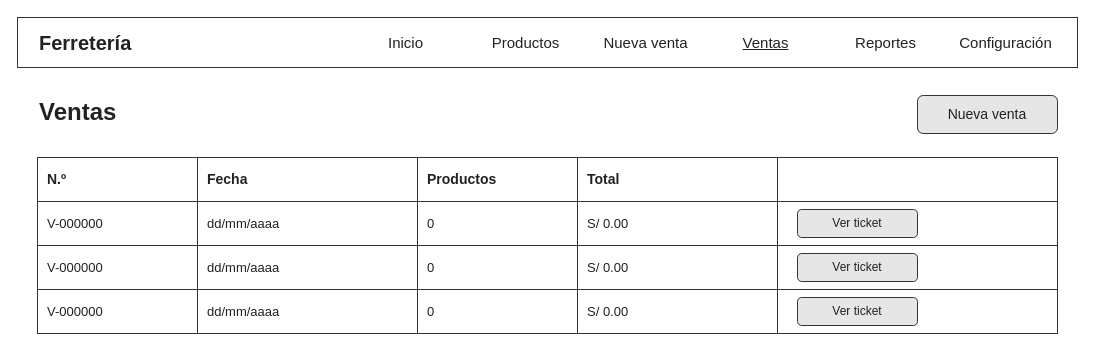
Above: page "Ventas (computadora)" (6 of 17) of docs/bocetos/ferreteria-bocetos.drawio in oropezadev-wq/ferreteria-ventas (draw.io), before the change. Source tidied: cells renumbered, new cells numbered last; positions are measured from the earlier drawing's top-left corner, leaving out a move shared by most shapes. Both pictures are drawn from the tidied source at 100%, with x=0, y=0 at pixel (17, 17).
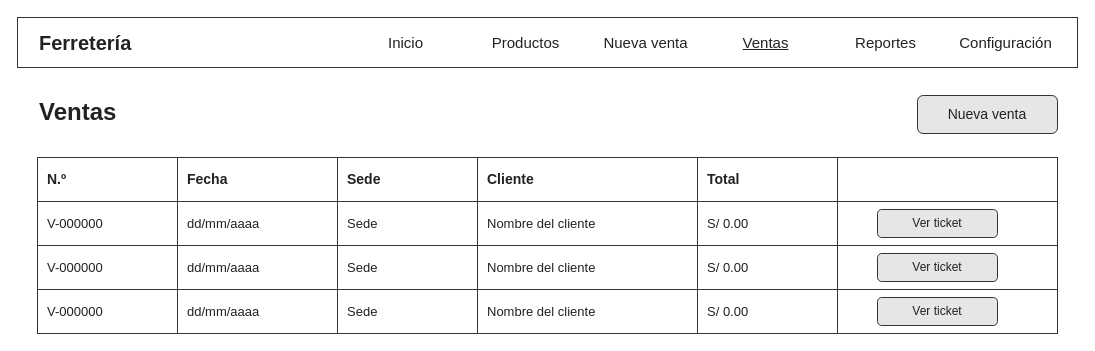
The same diagram, later.

What changed in the source:
```diff
@@
     <mxCell id="12" value="&lt;b&gt;N.º&lt;/b&gt;" style="rounded=0;whiteSpace=wrap;html=1;fillColor=none;fontFamily=Helvetica;fontColor=#222222;strokeColor=#333333;align=left;spacingLeft=8;fontSize=14;" parent="1" vertex="1">
-      <mxGeometry x="20" y="140" width="160" height="44" as="geometry" />
+      <mxGeometry x="20" y="140" width="140" height="44" as="geometry" />
     </mxCell>
     <mxCell id="13" value="&lt;b&gt;Fecha&lt;/b&gt;" style="rounded=0;whiteSpace=wrap;html=1;fillColor=none;fontFamily=Helvetica;fontColor=#222222;strokeColor=#333333;align=left;spacingLeft=8;fontSize=14;" parent="1" vertex="1">
-      <mxGeometry x="180" y="140" width="220" height="44" as="geometry" />
+      <mxGeometry x="160" y="140" width="160" height="44" as="geometry" />
     </mxCell>
-    <mxCell id="14" value="&lt;b&gt;Productos&lt;/b&gt;" style="rounded=0;whiteSpace=wrap;html=1;fillColor=none;fontFamily=Helvetica;fontColor=#222222;strokeColor=#333333;align=left;spacingLeft=8;fontSize=14;" parent="1" vertex="1">
-      <mxGeometry x="400" y="140" width="160" height="44" as="geometry" />
+    <mxCell id="14" value="&lt;b&gt;Sede&lt;/b&gt;" style="rounded=0;whiteSpace=wrap;html=1;fillColor=none;fontFamily=Helvetica;fontColor=#222222;strokeColor=#333333;align=left;spacingLeft=8;fontSize=14;" parent="1" vertex="1">
+      <mxGeometry x="320" y="140" width="140" height="44" as="geometry" />
     </mxCell>
-    <mxCell id="15" value="&lt;b&gt;Total&lt;/b&gt;" style="rounded=0;whiteSpace=wrap;html=1;fillColor=none;fontFamily=Helvetica;fontColor=#222222;strokeColor=#333333;align=left;spacingLeft=8;fontSize=14;" parent="1" vertex="1">
-      <mxGeometry x="560" y="140" width="200" height="44" as="geometry" />
+    <mxCell id="15" value="&lt;b&gt;Cliente&lt;/b&gt;" style="rounded=0;whiteSpace=wrap;html=1;fillColor=none;fontFamily=Helvetica;fontColor=#222222;strokeColor=#333333;align=left;spacingLeft=8;fontSize=14;" parent="1" vertex="1">
+      <mxGeometry x="460" y="140" width="220" height="44" as="geometry" />
     </mxCell>
-    <mxCell id="16" value="&lt;b&gt;&lt;/b&gt;" style="rounded=0;whiteSpace=wrap;html=1;fillColor=none;fontFamily=Helvetica;fontColor=#222222;strokeColor=#333333;align=left;spacingLeft=8;fontSize=14;" parent="1" vertex="1">
-      <mxGeometry x="760" y="140" width="280" height="44" as="geometry" />
+    <mxCell id="16" value="&lt;b&gt;Total&lt;/b&gt;" style="rounded=0;whiteSpace=wrap;html=1;fillColor=none;fontFamily=Helvetica;fontColor=#222222;strokeColor=#333333;align=left;spacingLeft=8;fontSize=14;" parent="1" vertex="1">
+      <mxGeometry x="680" y="140" width="140" height="44" as="geometry" />
     </mxCell>
-    <mxCell id="17" value="V-000000" style="rounded=0;whiteSpace=wrap;html=1;fillColor=none;fontFamily=Helvetica;fontColor=#222222;strokeColor=#333333;align=left;spacingLeft=8;fontSize=13;" parent="1" vertex="1">
-      <mxGeometry x="20" y="184" width="160" height="44" as="geometry" />
+    <mxCell id="17" value="&lt;b&gt;&lt;/b&gt;" style="rounded=0;whiteSpace=wrap;html=1;fillColor=none;fontFamily=Helvetica;fontColor=#222222;strokeColor=#333333;align=left;spacingLeft=8;fontSize=14;" parent="1" vertex="1">
+      <mxGeometry x="820" y="140" width="220" height="44" as="geometry" />
     </mxCell>
-    <mxCell id="18" value="dd/mm/aaaa" style="rounded=0;whiteSpace=wrap;html=1;fillColor=none;fontFamily=Helvetica;fontColor=#222222;strokeColor=#333333;align=left;spacingLeft=8;fontSize=13;" parent="1" vertex="1">
-      <mxGeometry x="180" y="184" width="220" height="44" as="geometry" />
+    <mxCell id="18" value="V-000000" style="rounded=0;whiteSpace=wrap;html=1;fillColor=none;fontFamily=Helvetica;fontColor=#222222;strokeColor=#333333;align=left;spacingLeft=8;fontSize=13;" parent="1" vertex="1">
+      <mxGeometry x="20" y="184" width="140" height="44" as="geometry" />
     </mxCell>
-    <mxCell id="19" value="0" style="rounded=0;whiteSpace=wrap;html=1;fillColor=none;fontFamily=Helvetica;fontColor=#222222;strokeColor=#333333;align=left;spacingLeft=8;fontSize=13;" parent="1" vertex="1">
-      <mxGeometry x="400" y="184" width="160" height="44" as="geometry" />
+    <mxCell id="19" value="dd/mm/aaaa" style="rounded=0;whiteSpace=wrap;html=1;fillColor=none;fontFamily=Helvetica;fontColor=#222222;strokeColor=#333333;align=left;spacingLeft=8;fontSize=13;" parent="1" vertex="1">
+      <mxGeometry x="160" y="184" width="160" height="44" as="geometry" />
     </mxCell>
-    <mxCell id="20" value="S/ 0.00" style="rounded=0;whiteSpace=wrap;html=1;fillColor=none;fontFamily=Helvetica;fontColor=#222222;strokeColor=#333333;align=left;spacingLeft=8;fontSize=13;" parent="1" vertex="1">
-      <mxGeometry x="560" y="184" width="200" height="44" as="geometry" />
+    <mxCell id="20" value="Sede" style="rounded=0;whiteSpace=wrap;html=1;fillColor=none;fontFamily=Helvetica;fontColor=#222222;strokeColor=#333333;align=left;spacingLeft=8;fontSize=13;" parent="1" vertex="1">
+      <mxGeometry x="320" y="184" width="140" height="44" as="geometry" />
     </mxCell>
-    <mxCell id="21" style="rounded=0;whiteSpace=wrap;html=1;fillColor=none;fontFamily=Helvetica;fontColor=#222222;strokeColor=#333333;align=left;spacingLeft=8;fontSize=13;" parent="1" vertex="1">
-      <mxGeometry x="760" y="184" width="280" height="44" as="geometry" />
+    <mxCell id="21" value="Nombre del cliente" style="rounded=0;whiteSpace=wrap;html=1;fillColor=none;fontFamily=Helvetica;fontColor=#222222;strokeColor=#333333;align=left;spacingLeft=8;fontSize=13;" parent="1" vertex="1">
+      <mxGeometry x="460" y="184" width="220" height="44" as="geometry" />
     </mxCell>
-    <mxCell id="22" value="V-000000" style="rounded=0;whiteSpace=wrap;html=1;fillColor=none;fontFamily=Helvetica;fontColor=#222222;strokeColor=#333333;align=left;spacingLeft=8;fontSize=13;" parent="1" vertex="1">
-      <mxGeometry x="20" y="228" width="160" height="44" as="geometry" />
+    <mxCell id="22" value="S/ 0.00" style="rounded=0;whiteSpace=wrap;html=1;fillColor=none;fontFamily=Helvetica;fontColor=#222222;strokeColor=#333333;align=left;spacingLeft=8;fontSize=13;" parent="1" vertex="1">
+      <mxGeometry x="680" y="184" width="140" height="44" as="geometry" />
     </mxCell>
-    <mxCell id="23" value="dd/mm/aaaa" style="rounded=0;whiteSpace=wrap;html=1;fillColor=none;fontFamily=Helvetica;fontColor=#222222;strokeColor=#333333;align=left;spacingLeft=8;fontSize=13;" parent="1" vertex="1">
-      <mxGeometry x="180" y="228" width="220" height="44" as="geometry" />
+    <mxCell id="23" style="rounded=0;whiteSpace=wrap;html=1;fillColor=none;fontFamily=Helvetica;fontColor=#222222;strokeColor=#333333;align=left;spacingLeft=8;fontSize=13;" parent="1" vertex="1">
+      <mxGeometry x="820" y="184" width="220" height="44" as="geometry" />
     </mxCell>
-    <mxCell id="24" value="0" style="rounded=0;whiteSpace=wrap;html=1;fillColor=none;fontFamily=Helvetica;fontColor=#222222;strokeColor=#333333;align=left;spacingLeft=8;fontSize=13;" parent="1" vertex="1">
-      <mxGeometry x="400" y="228" width="160" height="44" as="geometry" />
+    <mxCell id="24" value="V-000000" style="rounded=0;whiteSpace=wrap;html=1;fillColor=none;fontFamily=Helvetica;fontColor=#222222;strokeColor=#333333;align=left;spacingLeft=8;fontSize=13;" parent="1" vertex="1">
+      <mxGeometry x="20" y="228" width="140" height="44" as="geometry" />
     </mxCell>
-    <mxCell id="25" value="S/ 0.00" style="rounded=0;whiteSpace=wrap;html=1;fillColor=none;fontFamily=Helvetica;fontColor=#222222;strokeColor=#333333;align=left;spacingLeft=8;fontSize=13;" parent="1" vertex="1">
-      <mxGeometry x="560" y="228" width="200" height="44" as="geometry" />
+    <mxCell id="25" value="dd/mm/aaaa" style="rounded=0;whiteSpace=wrap;html=1;fillColor=none;fontFamily=Helvetica;fontColor=#222222;strokeColor=#333333;align=left;spacingLeft=8;fontSize=13;" parent="1" vertex="1">
+      <mxGeometry x="160" y="228" width="160" height="44" as="geometry" />
     </mxCell>
-    <mxCell id="26" style="rounded=0;whiteSpace=wrap;html=1;fillColor=none;fontFamily=Helvetica;fontColor=#222222;strokeColor=#333333;align=left;spacingLeft=8;fontSize=13;" parent="1" vertex="1">
-      <mxGeometry x="760" y="228" width="280" height="44" as="geometry" />
+    <mxCell id="26" value="Sede" style="rounded=0;whiteSpace=wrap;html=1;fillColor=none;fontFamily=Helvetica;fontColor=#222222;strokeColor=#333333;align=left;spacingLeft=8;fontSize=13;" parent="1" vertex="1">
+      <mxGeometry x="320" y="228" width="140" height="44" as="geometry" />
     </mxCell>
-    <mxCell id="27" value="V-000000" style="rounded=0;whiteSpace=wrap;html=1;fillColor=none;fontFamily=Helvetica;fontColor=#222222;strokeColor=#333333;align=left;spacingLeft=8;fontSize=13;" parent="1" vertex="1">
-      <mxGeometry x="20" y="272" width="160" height="44" as="geometry" />
+    <mxCell id="27" value="Nombre del cliente" style="rounded=0;whiteSpace=wrap;html=1;fillColor=none;fontFamily=Helvetica;fontColor=#222222;strokeColor=#333333;align=left;spacingLeft=8;fontSize=13;" parent="1" vertex="1">
+      <mxGeometry x="460" y="228" width="220" height="44" as="geometry" />
     </mxCell>
-    <mxCell id="28" value="dd/mm/aaaa" style="rounded=0;whiteSpace=wrap;html=1;fillColor=none;fontFamily=Helvetica;fontColor=#222222;strokeColor=#333333;align=left;spacingLeft=8;fontSize=13;" parent="1" vertex="1">
-      <mxGeometry x="180" y="272" width="220" height="44" as="geometry" />
+    <mxCell id="28" value="S/ 0.00" style="rounded=0;whiteSpace=wrap;html=1;fillColor=none;fontFamily=Helvetica;fontColor=#222222;strokeColor=#333333;align=left;spacingLeft=8;fontSize=13;" parent="1" vertex="1">
+      <mxGeometry x="680" y="228" width="140" height="44" as="geometry" />
     </mxCell>
-    <mxCell id="29" value="0" style="rounded=0;whiteSpace=wrap;html=1;fillColor=none;fontFamily=Helvetica;fontColor=#222222;strokeColor=#333333;align=left;spacingLeft=8;fontSize=13;" parent="1" vertex="1">
-      <mxGeometry x="400" y="272" width="160" height="44" as="geometry" />
+    <mxCell id="29" style="rounded=0;whiteSpace=wrap;html=1;fillColor=none;fontFamily=Helvetica;fontColor=#222222;strokeColor=#333333;align=left;spacingLeft=8;fontSize=13;" parent="1" vertex="1">
+      <mxGeometry x="820" y="228" width="220" height="44" as="geometry" />
     </mxCell>
-    <mxCell id="30" value="S/ 0.00" style="rounded=0;whiteSpace=wrap;html=1;fillColor=none;fontFamily=Helvetica;fontColor=#222222;strokeColor=#333333;align=left;spacingLeft=8;fontSize=13;" parent="1" vertex="1">
-      <mxGeometry x="560" y="272" width="200" height="44" as="geometry" />
+    <mxCell id="30" value="V-000000" style="rounded=0;whiteSpace=wrap;html=1;fillColor=none;fontFamily=Helvetica;fontColor=#222222;strokeColor=#333333;align=left;spacingLeft=8;fontSize=13;" parent="1" vertex="1">
+      <mxGeometry x="20" y="272" width="140" height="44" as="geometry" />
     </mxCell>
-    <mxCell id="31" style="rounded=0;whiteSpace=wrap;html=1;fillColor=none;fontFamily=Helvetica;fontColor=#222222;strokeColor=#333333;align=left;spacingLeft=8;fontSize=13;" parent="1" vertex="1">
-      <mxGeometry x="760" y="272" width="280" height="44" as="geometry" />
+    <mxCell id="31" value="dd/mm/aaaa" style="rounded=0;whiteSpace=wrap;html=1;fillColor=none;fontFamily=Helvetica;fontColor=#222222;strokeColor=#333333;align=left;spacingLeft=8;fontSize=13;" parent="1" vertex="1">
+      <mxGeometry x="160" y="272" width="160" height="44" as="geometry" />
     </mxCell>
-    <mxCell id="32" value="Ver ticket" style="rounded=1;whiteSpace=wrap;html=1;fillColor=#E6E6E6;fontFamily=Helvetica;fontColor=#222222;strokeColor=#333333;fontSize=12;" parent="1" vertex="1">
-      <mxGeometry x="780" y="192" width="120" height="28" as="geometry" />
+    <mxCell id="32" value="Sede" style="rounded=0;whiteSpace=wrap;html=1;fillColor=none;fontFamily=Helvetica;fontColor=#222222;strokeColor=#333333;align=left;spacingLeft=8;fontSize=13;" parent="1" vertex="1">
+      <mxGeometry x="320" y="272" width="140" height="44" as="geometry" />
     </mxCell>
-    <mxCell id="33" value="Ver ticket" style="rounded=1;whiteSpace=wrap;html=1;fillColor=#E6E6E6;fontFamily=Helvetica;fontColor=#222222;strokeColor=#333333;fontSize=12;" parent="1" vertex="1">
-      <mxGeometry x="780" y="236" width="120" height="28" as="geometry" />
+    <mxCell id="33" value="Nombre del cliente" style="rounded=0;whiteSpace=wrap;html=1;fillColor=none;fontFamily=Helvetica;fontColor=#222222;strokeColor=#333333;align=left;spacingLeft=8;fontSize=13;" parent="1" vertex="1">
+      <mxGeometry x="460" y="272" width="220" height="44" as="geometry" />
     </mxCell>
-    <mxCell id="34" value="Ver ticket" style="rounded=1;whiteSpace=wrap;html=1;fillColor=#E6E6E6;fontFamily=Helvetica;fontColor=#222222;strokeColor=#333333;fontSize=12;" parent="1" vertex="1">
-      <mxGeometry x="780" y="280" width="120" height="28" as="geometry" />
+    <mxCell id="34" value="S/ 0.00" style="rounded=0;whiteSpace=wrap;html=1;fillColor=none;fontFamily=Helvetica;fontColor=#222222;strokeColor=#333333;align=left;spacingLeft=8;fontSize=13;" parent="1" vertex="1">
+      <mxGeometry x="680" y="272" width="140" height="44" as="geometry" />
     </mxCell>
+    <mxCell id="35" style="rounded=0;whiteSpace=wrap;html=1;fillColor=none;fontFamily=Helvetica;fontColor=#222222;strokeColor=#333333;align=left;spacingLeft=8;fontSize=13;" parent="1" vertex="1">
+      <mxGeometry x="820" y="272" width="220" height="44" as="geometry" />
+    </mxCell>
+    <mxCell id="36" value="Ver ticket" style="rounded=1;whiteSpace=wrap;html=1;fillColor=#E6E6E6;fontFamily=Helvetica;fontColor=#222222;strokeColor=#333333;fontSize=12;" parent="1" vertex="1">
+      <mxGeometry x="860" y="192" width="120" height="28" as="geometry" />
+    </mxCell>
+    <mxCell id="37" value="Ver ticket" style="rounded=1;whiteSpace=wrap;html=1;fillColor=#E6E6E6;fontFamily=Helvetica;fontColor=#222222;strokeColor=#333333;fontSize=12;" parent="1" vertex="1">
+      <mxGeometry x="860" y="236" width="120" height="28" as="geometry" />
+    </mxCell>
+    <mxCell id="38" value="Ver ticket" style="rounded=1;whiteSpace=wrap;html=1;fillColor=#E6E6E6;fontFamily=Helvetica;fontColor=#222222;strokeColor=#333333;fontSize=12;" parent="1" vertex="1">
+      <mxGeometry x="860" y="280" width="120" height="28" as="geometry" />
+    </mxCell>
```
